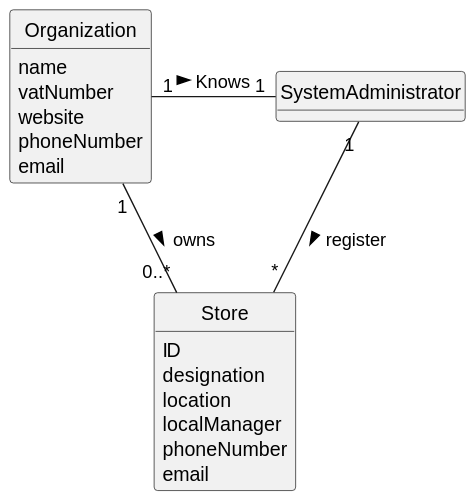
Before: docs/sprintA/us005/02.analysis/svg/us005-domain-model.svg, a diagram exported from PlantUML (rita-barbosa/LAPR2-2223).
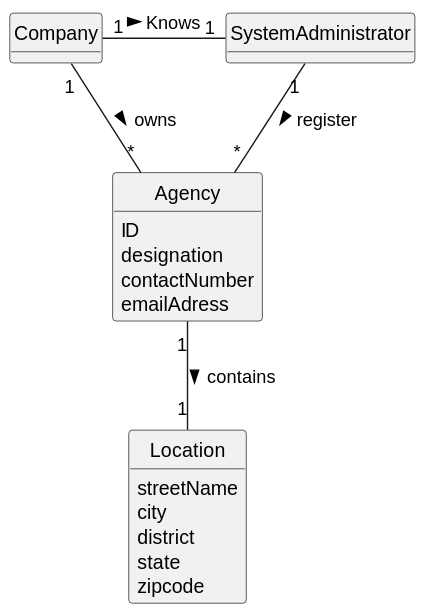
The same diagram one commit later.

The edit, as a diff of the source:
```diff
@@ -10,30 +10,29 @@
 hide methods
 
 
-class Organization {
-    name
-    vatNumber
-    website
-    phoneNumber
-    email
+class Company {
 }
 
-class Store {
+class Agency {
     ID
     designation
-    location
-    localManager
-    phoneNumber
-    email
-
+    contactNumber
+    emailAdress
 }
-
+class Location {
+    streetName
+    city
+    district
+    state
+    zipcode
+}
 class SystemAdministrator {
 
 }
 
 
-Organization "1" - "1" SystemAdministrator : Knows >
-Organization "1" - "0..*" Store: owns >
-SystemAdministrator "1" -- "*" Store : register >
+Company "1" - "1" SystemAdministrator : Knows >
+Company "1" - "*" Agency: owns >
+SystemAdministrator "1" -- "*" Agency : register >
+Agency "1" -- "1" Location: contains >
 @enduml
```
